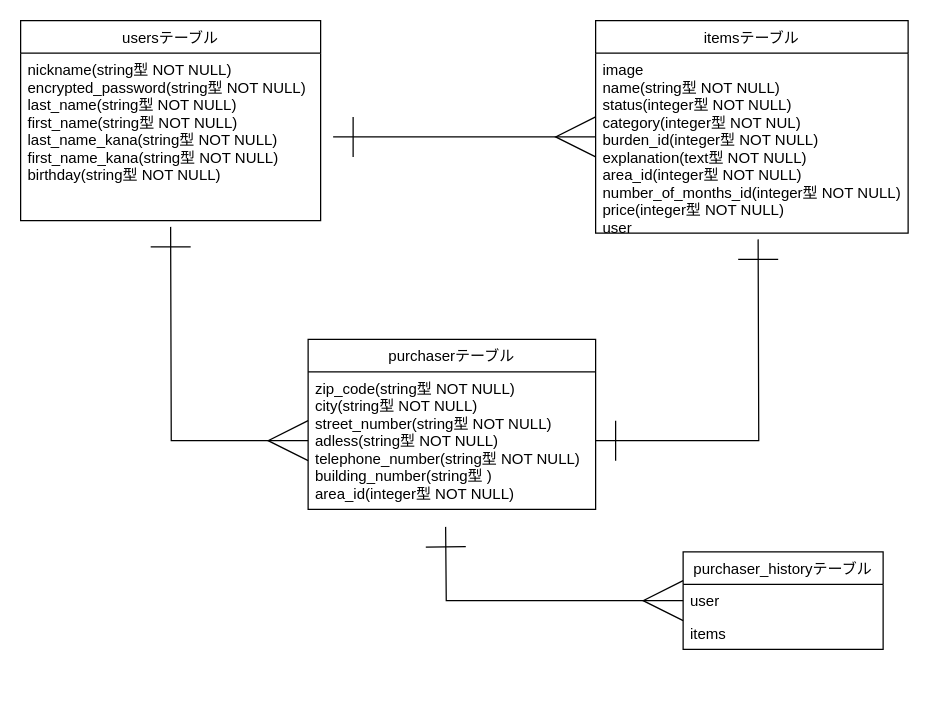
Above: furima.dio in tomoya0605/furima-31686 (draw.io), before the change. Source tidied: cells renumbered, new cells numbered last; positions are measured from the earlier drawing's top-left corner, leaving out a move shared by most shapes. Both pictures are drawn from the tidied source at 125%, with x=0, y=0 at pixel (20, 20).
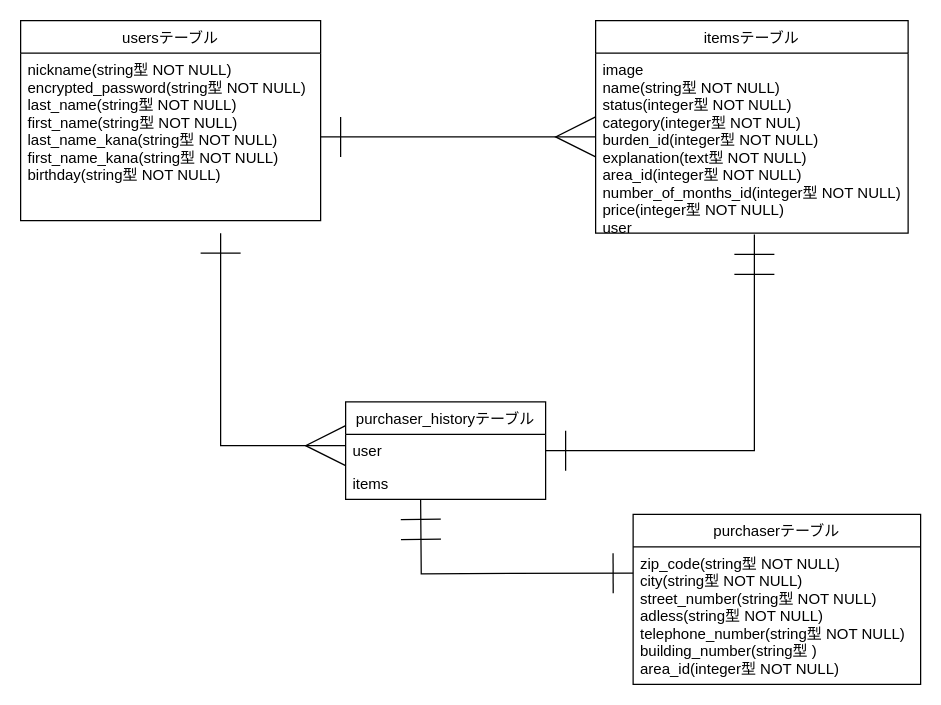
Above is the later version.

Commit message (it also covers changes not shown here):
修正箇所変更

What changed in the source:
```diff
@@
 <mxGraphModel>
   <root>
     <mxCell id="0" />
     <mxCell id="1" parent="0" />
-    <mxCell id="2" style="edgeStyle=orthogonalEdgeStyle;rounded=0;orthogonalLoop=1;jettySize=auto;html=1;startArrow=ERone;startFill=0;endArrow=ERmany;endFill=0;strokeWidth=1;endSize=30;startSize=30;" parent="1" edge="1">
+    <mxCell id="2" style="edgeStyle=orthogonalEdgeStyle;rounded=0;jettySize=auto;html=1;startArrow=ERone;startFill=0;endArrow=ERmany;endFill=0;strokeWidth=1;endSize=30;startSize=30;exitX=1;exitY=0.5;exitDx=0;exitDy=0;" parent="1" edge="1" source="6">
       <mxGeometry relative="1" as="geometry">
-        <mxPoint x="250" y="93" as="sourcePoint" />
         <mxPoint x="460" y="93" as="targetPoint" />
-        <Array as="points">
-          <mxPoint x="430" y="93" />
-          <mxPoint x="430" y="93" />
-        </Array>
       </mxGeometry>
     </mxCell>
-    <mxCell id="3" style="edgeStyle=orthogonalEdgeStyle;rounded=0;jettySize=auto;html=1;startArrow=ERmany;startFill=0;startSize=30;endArrow=ERone;endFill=0;endSize=30;strokeWidth=1;" parent="1" edge="1" source="10">
+    <mxCell id="3" style="edgeStyle=orthogonalEdgeStyle;rounded=0;orthogonalLoop=1;jettySize=auto;html=1;startArrow=ERmany;startFill=0;startSize=30;endArrow=ERone;endFill=0;endSize=30;strokeWidth=1;" parent="1" edge="1">
       <mxGeometry relative="1" as="geometry">
-        <mxPoint x="120" y="165" as="targetPoint" />
+        <mxPoint x="260" y="340" as="sourcePoint" />
+        <mxPoint x="160" y="170" as="targetPoint" />
+        <Array as="points">
+          <mxPoint x="160" y="340" />
+        </Array>
       </mxGeometry>
     </mxCell>
-    <mxCell id="4" style="edgeStyle=orthogonalEdgeStyle;rounded=0;jettySize=auto;html=1;exitX=1;exitY=0.5;exitDx=0;exitDy=0;startArrow=ERone;startFill=0;startSize=30;endArrow=ERone;endFill=0;endSize=30;strokeWidth=1;" parent="1" edge="1" source="10">
-      <mxGeometry relative="1" as="geometry">
-        <mxPoint x="590" y="175" as="targetPoint" />
-      </mxGeometry>
-    </mxCell>
     <mxCell id="5" value="usersテーブル" style="swimlane;fontStyle=0;horizontal=1;startSize=26;fillColor=none;" parent="1" vertex="1">
       <mxGeometry width="240" height="160" as="geometry" />
     </mxCell>
     <mxCell id="6" value="nickname(string型 NOT NULL) &#10;encrypted_password(string型 NOT NULL)&#10;last_name(string型 NOT NULL)&#10;first_name(string型 NOT NULL)&#10;last_name_kana(string型 NOT NULL)&#10;first_name_kana(string型 NOT NULL)&#10;birthday(string型 NOT NULL)&#10;" style="text;strokeColor=none;fillColor=none;align=left;verticalAlign=top;spacingLeft=4;spacingRight=4;overflow=hidden;points=[[0,0.5],[1,0.5]];portConstraint=eastwest;" parent="5" vertex="1">
       <mxGeometry y="26" width="240" height="134" as="geometry" />
     </mxCell>
     <mxCell id="7" value="itemsテーブル" style="swimlane;fontStyle=0;horizontal=1;startSize=26;fillColor=none;" parent="1" vertex="1">
       <mxGeometry x="460" width="250" height="170" as="geometry" />
     </mxCell>
     <mxCell id="8" value="image&#10;name(string型 NOT NULL)&#10;status(integer型 NOT NULL)&#10;category(integer型 NOT NUL)&#10;burden_id(integer型 NOT NULL)&#10;explanation(text型 NOT NULL)&#10;area_id(integer型 NOT NULL)&#10;number_of_months_id(integer型 NOT NULL)&#10;price(integer型 NOT NULL)&#10;user&#10;" style="text;strokeColor=none;fillColor=none;align=left;verticalAlign=top;spacingLeft=4;spacingRight=4;overflow=hidden;points=[[0,0.5],[1,0.5]];portConstraint=eastwest;" parent="7" vertex="1">
       <mxGeometry y="26" width="250" height="144" as="geometry" />
     </mxCell>
+    <mxCell id="14" style="edgeStyle=orthogonalEdgeStyle;rounded=0;orthogonalLoop=1;jettySize=auto;html=1;startArrow=ERone;startFill=0;startSize=30;endArrow=ERmandOne;endFill=0;endSize=30;" parent="1" edge="1">
+      <mxGeometry relative="1" as="geometry">
+        <mxPoint x="490" y="442" as="sourcePoint" />
+        <mxPoint x="320" y="383" as="targetPoint" />
+      </mxGeometry>
+    </mxCell>
     <mxCell id="9" value="purchaserテーブル" style="swimlane;fontStyle=0;horizontal=1;startSize=26;fillColor=none;" parent="1" vertex="1">
-      <mxGeometry x="230" y="255" width="230" height="136" as="geometry" />
+      <mxGeometry x="490" y="395" width="230" height="136" as="geometry" />
     </mxCell>
     <mxCell id="10" value="zip_code(string型 NOT NULL)&#10;city(string型 NOT NULL)&#10;street_number(string型 NOT NULL)&#10;adless(string型 NOT NULL)&#10;telephone_number(string型 NOT NULL)&#10;building_number(string型 )&#10;area_id(integer型 NOT NULL)" style="text;strokeColor=none;fillColor=none;align=left;verticalAlign=top;spacingLeft=4;spacingRight=4;overflow=hidden;points=[[0,0.5],[1,0.5]];portConstraint=eastwest;" parent="9" vertex="1">
       <mxGeometry y="26" width="230" height="110" as="geometry" />
     </mxCell>
     <mxCell id="11" value="purchaser_historyテーブル" style="swimlane;fontStyle=0;horizontal=1;startSize=26;fillColor=none;" parent="1" vertex="1">
-      <mxGeometry x="530" y="425" width="160" height="78" as="geometry" />
+      <mxGeometry x="260" y="305" width="160" height="78" as="geometry" />
     </mxCell>
     <mxCell id="12" value="user" style="text;strokeColor=none;fillColor=none;align=left;verticalAlign=top;spacingLeft=4;spacingRight=4;overflow=hidden;points=[[0,0.5],[1,0.5]];portConstraint=eastwest;" parent="11" vertex="1">
       <mxGeometry y="26" width="160" height="26" as="geometry" />
     </mxCell>
     <mxCell id="13" value="items" style="text;strokeColor=none;fillColor=none;align=left;verticalAlign=top;spacingLeft=4;spacingRight=4;overflow=hidden;" parent="11" vertex="1">
       <mxGeometry y="52" width="160" height="26" as="geometry" />
     </mxCell>
-    <mxCell id="14" style="edgeStyle=orthogonalEdgeStyle;rounded=0;jettySize=auto;html=1;exitX=0;exitY=0.5;exitDx=0;exitDy=0;startArrow=ERmany;startFill=0;startSize=30;endArrow=ERone;endFill=0;endSize=30;" parent="1" edge="1" source="12">
-      <mxGeometry relative="1" as="geometry">
-        <mxPoint x="340" y="405" as="targetPoint" />
-      </mxGeometry>
-    </mxCell>
+    <mxCell id="15" style="edgeStyle=orthogonalEdgeStyle;rounded=0;jettySize=auto;html=1;exitX=1;exitY=0.5;exitDx=0;exitDy=0;startArrow=ERone;startFill=0;startSize=30;endArrow=ERmandOne;endFill=0;endSize=30;entryX=0.508;entryY=1.007;entryDx=0;entryDy=0;entryPerimeter=0;" parent="1" edge="1" source="12" target="8">
+      <mxGeometry relative="1" as="geometry" />
+    </mxCell>
   </root>
 </mxGraphModel>
```
